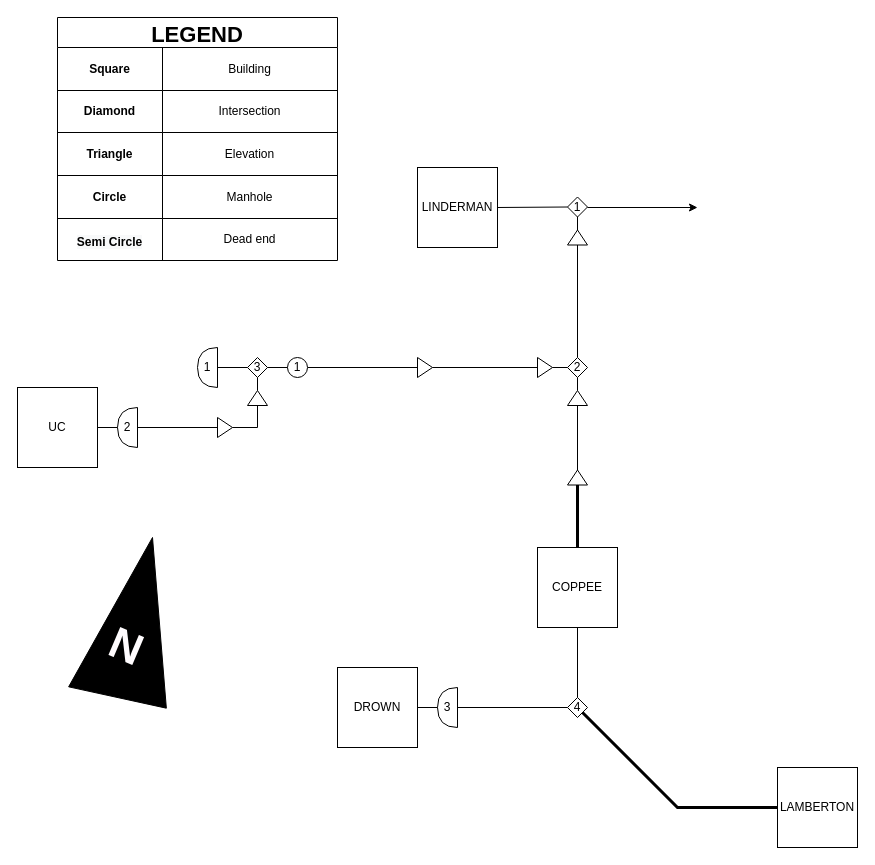
shun-ueda/lehigh-stream-tunnel keeps this draw.io diagram as lehigh-steam-tunnel.drawio. Above is the earlier version. Source tidied: cells renumbered, new cells numbered last; positions are measured from the earlier drawing's top-left corner, leaving out a move shared by most shapes. Both pictures are drawn from the tidied source at 100%, with x=0, y=0 at pixel (17, 17).
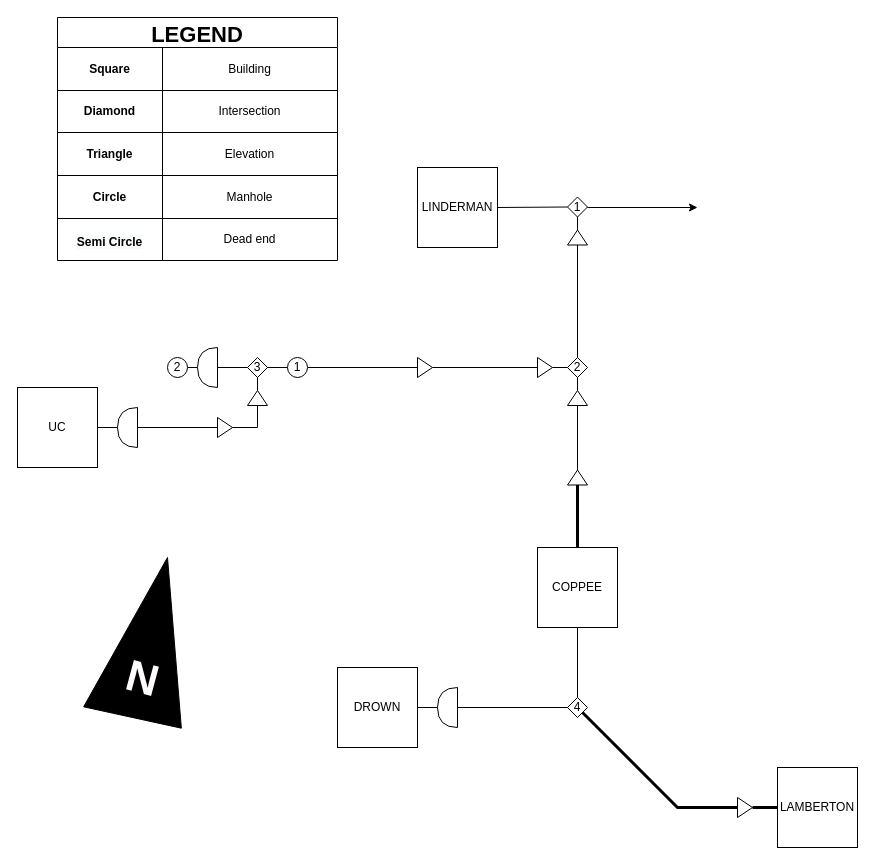
After the change.

The change refers to these unchanged cells:
```xml
<mxCell id="51" value="LAMBERTON" style="rounded=0;whiteSpace=wrap;html=1;" parent="1" vertex="1">
  <mxGeometry x="760" y="750" width="80" height="80" as="geometry" />
</mxCell>
<mxCell id="52" value="4" style="rhombus;whiteSpace=wrap;html=1;" parent="1" vertex="1">
  <mxGeometry x="550" y="680" width="20" height="20" as="geometry" />
</mxCell>
```

The edit, as a diff of the source:
```diff
@@
-    <mxCell id="21" value="1" style="shape=or;whiteSpace=wrap;html=1;rotation=0;flipV=0;flipH=1;" parent="1" vertex="1">
+    <mxCell id="21" style="shape=or;whiteSpace=wrap;html=1;rotation=0;flipV=0;flipH=1;" parent="1" vertex="1">
       <mxGeometry x="180" y="330" width="20" height="40" as="geometry" />
     </mxCell>
@@
-    <mxCell id="25" value="2" style="shape=or;whiteSpace=wrap;html=1;rotation=0;flipV=0;flipH=1;" parent="1" vertex="1">
+    <mxCell id="25" style="shape=or;whiteSpace=wrap;html=1;rotation=0;flipV=0;flipH=1;" parent="1" vertex="1">
       <mxGeometry x="100" y="390" width="20" height="40" as="geometry" />
     </mxCell>
@@
     <mxCell id="42" style="shape=mxgraph.arrows2.wedgeArrow;html=1;startWidth=50;fillColor=strokeColor;defaultFillColor=invert;defaultGradientColor=invert;rounded=0;" parent="1" edge="1">
       <mxGeometry relative="1" as="geometry">
-        <mxPoint x="100" y="680" as="sourcePoint" />
-        <mxPoint x="135" y="520" as="targetPoint" />
+        <mxPoint x="115" y="700" as="sourcePoint" />
+        <mxPoint x="150" y="540" as="targetPoint" />
       </mxGeometry>
     </mxCell>
-    <mxCell id="43" value="N" style="edgeLabel;html=1;align=center;verticalAlign=middle;fontColor=#FFFCFE;labelBackgroundColor=#000000;fontStyle=1;fontSize=44;rotation=23;" parent="42" vertex="1">
+    <mxCell id="43" value="N" style="edgeLabel;html=1;align=center;verticalAlign=middle;fontColor=#FFFCFE;labelBackgroundColor=#000000;fontStyle=1;fontSize=44;rotation=15;" parent="42" vertex="1">
       <mxGeometry x="-0.38" y="1" relative="1" as="geometry">
-        <mxPoint x="-1" y="-2" as="offset" />
+        <mxPoint y="10" as="offset" />
       </mxGeometry>
     </mxCell>
@@
-    <mxCell id="57" value="3" style="shape=or;whiteSpace=wrap;html=1;rotation=0;flipV=0;flipH=1;" parent="1" vertex="1">
+    <mxCell id="57" style="shape=or;whiteSpace=wrap;html=1;rotation=0;flipV=0;flipH=1;" parent="1" vertex="1">
       <mxGeometry x="420" y="670" width="20" height="40" as="geometry" />
     </mxCell>
@@
-    <mxCell id="59" style="endArrow=none;html=1;rounded=0;exitX=1;exitY=1;exitDx=0;exitDy=0;entryX=0;entryY=0.5;entryDx=0;entryDy=0;fontStyle=1;strokeWidth=3;" parent="1" edge="1" source="52" target="51">
+    <mxCell id="59" style="endArrow=none;html=1;rounded=0;exitX=1;exitY=1;exitDx=0;exitDy=0;fontStyle=1;strokeWidth=3;entryX=0;entryY=0.5;entryDx=0;entryDy=0;" parent="1" edge="1" source="52" target="60">
       <mxGeometry relative="1" as="geometry">
         <Array as="points">
           <mxPoint x="660" y="790" />
         </Array>
       </mxGeometry>
     </mxCell>
+    <mxCell id="60" style="triangle;whiteSpace=wrap;html=1;rotation=0;" parent="1" vertex="1">
+      <mxGeometry x="720" y="780" width="15" height="20" as="geometry" />
+    </mxCell>
+    <mxCell id="61" style="endArrow=none;html=1;rounded=0;entryX=1;entryY=0.5;entryDx=0;entryDy=0;strokeWidth=3;exitX=0;exitY=0.5;exitDx=0;exitDy=0;" parent="1" edge="1" source="51" target="60">
+      <mxGeometry relative="1" as="geometry" />
+    </mxCell>
+    <mxCell id="62" value="2" style="ellipse;whiteSpace=wrap;labelBackgroundColor=none;fontSize=12;fontColor=#000000;" parent="1" vertex="1">
+      <mxGeometry x="150" y="340" width="20" height="20" as="geometry" />
+    </mxCell>
+    <mxCell id="63" style="endArrow=none;html=1;rounded=0;entryX=1;entryY=0.5;entryDx=0;entryDy=0;exitX=1;exitY=0.5;exitDx=0;exitDy=0;exitPerimeter=0;" parent="1" edge="1" source="21" target="62">
+      <mxGeometry relative="1" as="geometry" />
+    </mxCell>
```
